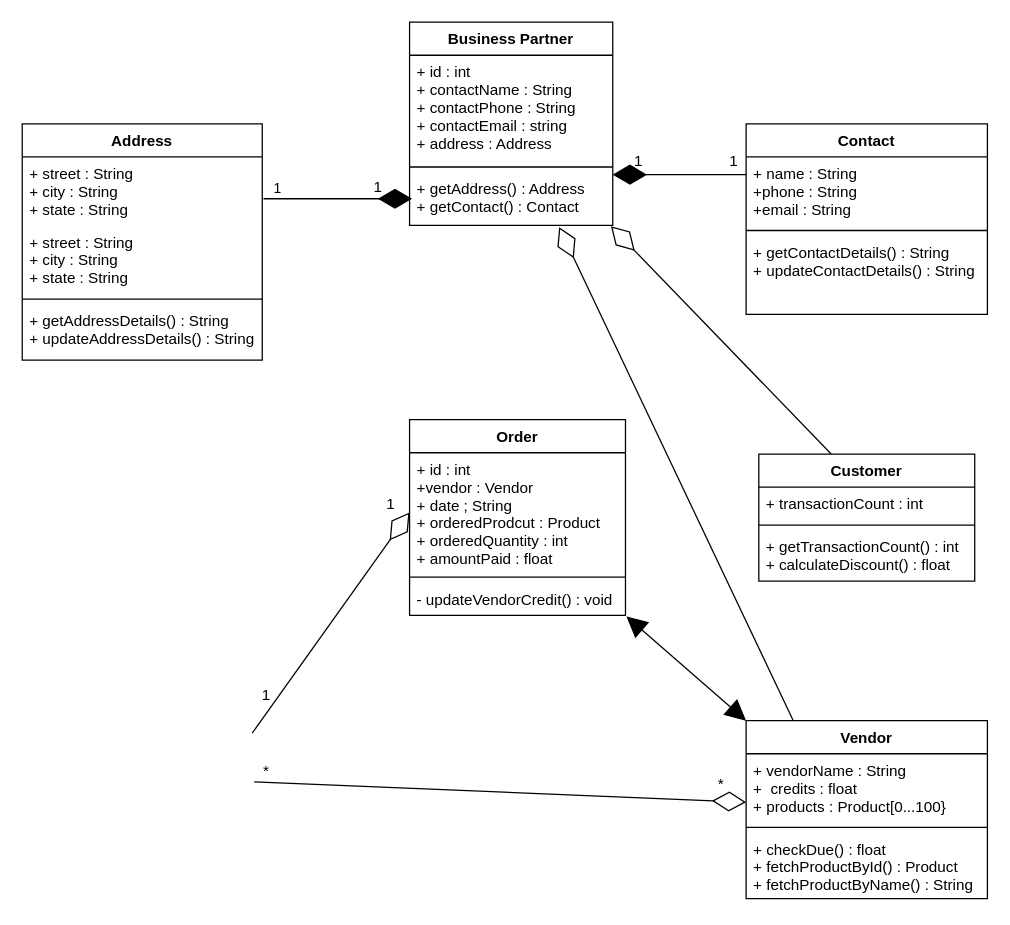
The draw.io diagram Assign_1.drawio in Dyaswanth9/Diagram.net, before the edit. Source tidied: cells renumbered, new cells numbered last; positions are measured from the earlier drawing's top-left corner, leaving out a move shared by most shapes. Both pictures are drawn from the tidied source at 127%, with x=0, y=0 at pixel (22, 22).
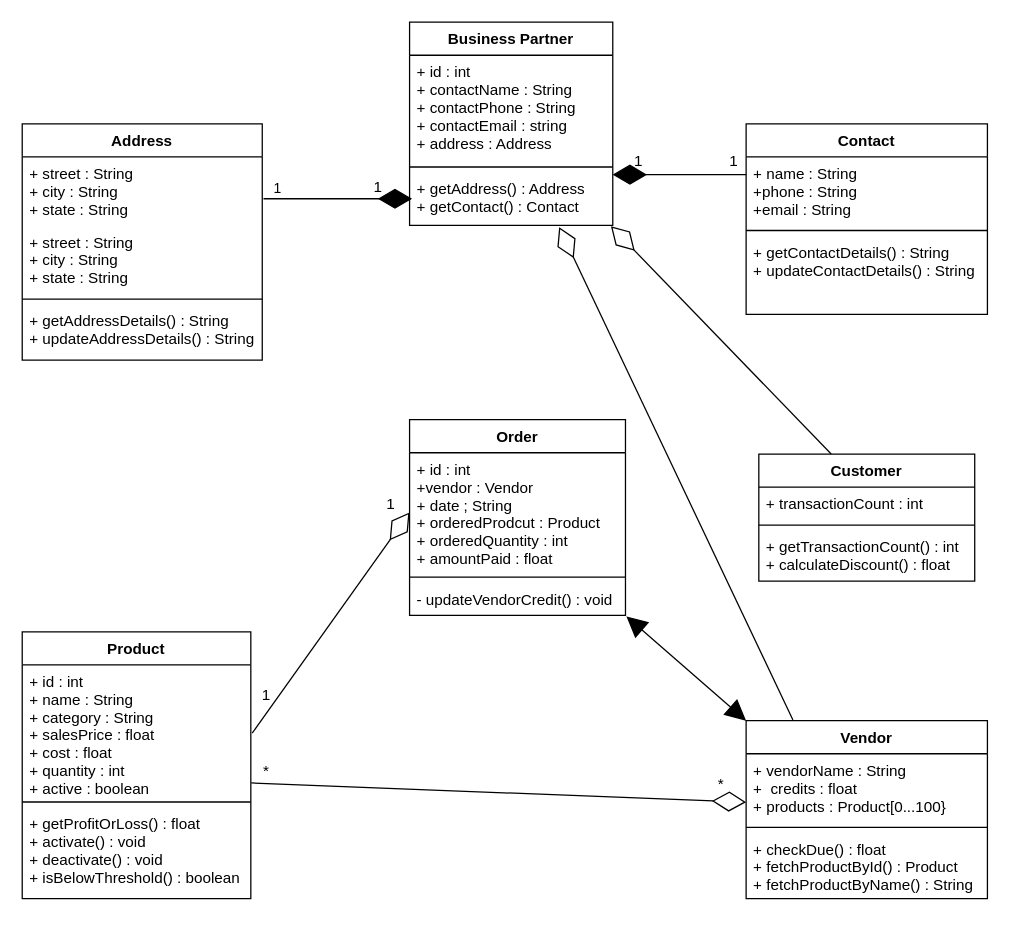
Above is the later version.

Commit message:
Final UML Diagram

The change refers to these unchanged cells:
```xml
<mxCell id="26" value="+ vendorName : String&#10;+  credits : float&#10;+ products : Product[0...100}" style="text;strokeColor=none;fillColor=none;align=left;verticalAlign=top;spacingLeft=4;spacingRight=4;overflow=hidden;points=[[0,0.5],[1,0.5]];portConstraint=eastwest;" parent="25" vertex="1">
  <mxGeometry y="26" width="190" height="54" as="geometry" />
</mxCell>
<mxCell id="40" value="*" style="text;html=1;align=center;verticalAlign=middle;points=[];strokeColor=none;fillColor=none;" parent="1" vertex="1">
  <mxGeometry x="182.2" y="580" width="20" height="20" as="geometry" />
</mxCell>
```

Change to the diagram source:
```diff
@@
-    <mxCell id="36" style="endArrow=diamondThin;endFill=0;endSize=24;html=1;sourcePerimeterSpacing=8;targetPerimeterSpacing=8;exitX=1.008;exitY=0.821;exitDx=0;exitDy=0;exitPerimeter=0;entryX=0;entryY=0.707;entryDx=0;entryDy=0;entryPerimeter=0;" parent="1" edge="1" target="26">
-      <mxGeometry relative="1" as="geometry">
-        <mxPoint x="182.7" y="598.1" as="sourcePoint" />
-      </mxGeometry>
+    <mxCell id="36" style="endArrow=diamondThin;endFill=0;endSize=24;html=1;sourcePerimeterSpacing=8;targetPerimeterSpacing=8;exitX=-0.092;exitY=0.95;exitDx=0;exitDy=0;exitPerimeter=0;entryX=0;entryY=0.707;entryDx=0;entryDy=0;entryPerimeter=0;" parent="1" edge="1" source="40" target="26">
+      <mxGeometry relative="1" as="geometry" />
     </mxCell>
@@
+    <mxCell id="42" value="Product" style="swimlane;fontStyle=1;align=center;verticalAlign=top;horizontal=1;startSize=26;hachureGap=4;" parent="1" vertex="1">
+      <mxGeometry y="480" width="180" height="210" as="geometry" />
+    </mxCell>
+    <mxCell id="43" value="+ id : int&#10;+ name : String&#10;+ category : String&#10;+ salesPrice : float&#10;+ cost : float&#10;+ quantity : int&#10;+ active : boolean" style="text;strokeColor=none;fillColor=none;align=left;verticalAlign=top;spacingLeft=4;spacingRight=4;overflow=hidden;" parent="42" vertex="1">
+      <mxGeometry y="26" width="180" height="104" as="geometry" />
+    </mxCell>
+    <mxCell id="44" style="line;strokeWidth=1;fillColor=none;align=left;verticalAlign=middle;spacingTop=-1;spacingLeft=3;spacingRight=3;labelPosition=right;" parent="42" vertex="1">
+      <mxGeometry y="130" width="180" height="8" as="geometry" />
+    </mxCell>
+    <mxCell id="45" value="+ getProfitOrLoss() : float&#10;+ activate() : void&#10;+ deactivate() : void&#10;+ isBelowThreshold() : boolean" style="text;strokeColor=none;fillColor=none;align=left;verticalAlign=top;spacingLeft=4;spacingRight=4;overflow=hidden;" parent="42" vertex="1">
+      <mxGeometry y="138" width="180" height="72" as="geometry" />
+    </mxCell>
```
